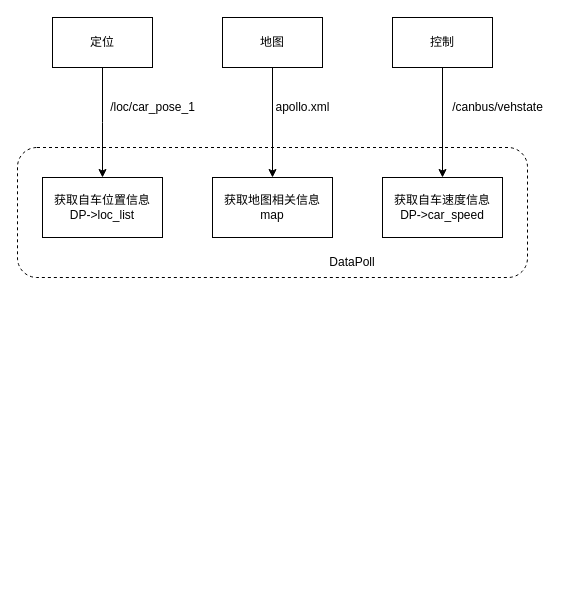
geerniya/draw_io keeps this draw.io diagram as mapengine1.drawio. Above is the earlier version. Source tidied: cells renumbered, new cells numbered last; positions are measured from the earlier drawing's top-left corner, leaving out a move shared by most shapes. Both pictures are drawn from the tidied source at 100%, with x=0, y=0 at pixel (17, 17).
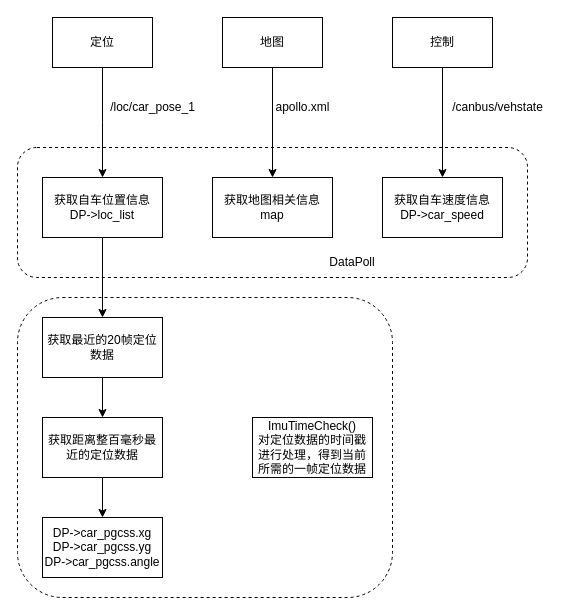
After the change.

The change refers to these unchanged cells:
```xml
<mxCell id="12" value="&lt;div&gt;获取自车位置信息&lt;/div&gt;&lt;div&gt;DP-&amp;gt;loc_list&lt;br&gt;&lt;/div&gt;" style="rounded=0;whiteSpace=wrap;html=1;" parent="1" vertex="1">
  <mxGeometry x="25" y="160" width="120" height="60" as="geometry" />
</mxCell>
```

Diff of the diagram source:
```diff
@@
+    <mxCell id="16" style="edgeStyle=orthogonalEdgeStyle;rounded=0;jettySize=auto;html=1;" parent="1" edge="1" source="12" target="18">
+      <mxGeometry relative="1" as="geometry" />
+    </mxCell>
@@
+    <mxCell id="17" style="edgeStyle=orthogonalEdgeStyle;rounded=0;jettySize=auto;html=1;" parent="1" edge="1" source="18" target="20">
+      <mxGeometry relative="1" as="geometry" />
+    </mxCell>
+    <mxCell id="18" value="获取最近的20帧定位数据" style="whiteSpace=wrap;html=1;rounded=0;" parent="1" vertex="1">
+      <mxGeometry x="25" y="300" width="120" height="60" as="geometry" />
+    </mxCell>
+    <mxCell id="19" style="edgeStyle=orthogonalEdgeStyle;rounded=0;jettySize=auto;html=1;" parent="1" edge="1" source="20" target="21">
+      <mxGeometry relative="1" as="geometry" />
+    </mxCell>
+    <mxCell id="20" value="获取距离整百毫秒最近的定位数据" style="whiteSpace=wrap;html=1;rounded=0;" parent="1" vertex="1">
+      <mxGeometry x="25" y="400" width="120" height="60" as="geometry" />
+    </mxCell>
+    <mxCell id="21" value="&lt;div&gt;DP-&amp;gt;car_pgcss.xg&lt;/div&gt;&lt;div&gt;DP-&amp;gt;car_pgcss.yg&lt;/div&gt;&lt;div&gt;DP-&amp;gt;car_pgcss.angle&lt;/div&gt;" style="whiteSpace=wrap;html=1;rounded=0;" parent="1" vertex="1">
+      <mxGeometry x="25" y="500" width="120" height="60" as="geometry" />
+    </mxCell>
+    <mxCell id="22" style="rounded=1;whiteSpace=wrap;html=1;dashed=1;shadow=0;glass=0;fillColor=none;" parent="1" vertex="1">
+      <mxGeometry y="280" width="375" height="300" as="geometry" />
+    </mxCell>
+    <mxCell id="23" value="&lt;div&gt;ImuTimeCheck()&lt;/div&gt;&lt;div&gt;对定位数据的时间戳进行处理，得到当前所需的一帧定位数据&lt;br&gt;&lt;/div&gt;" style="rounded=0;whiteSpace=wrap;html=1;shadow=0;glass=0;fillColor=none;" parent="1" vertex="1">
+      <mxGeometry x="235" y="400" width="120" height="60" as="geometry" />
+    </mxCell>
```
